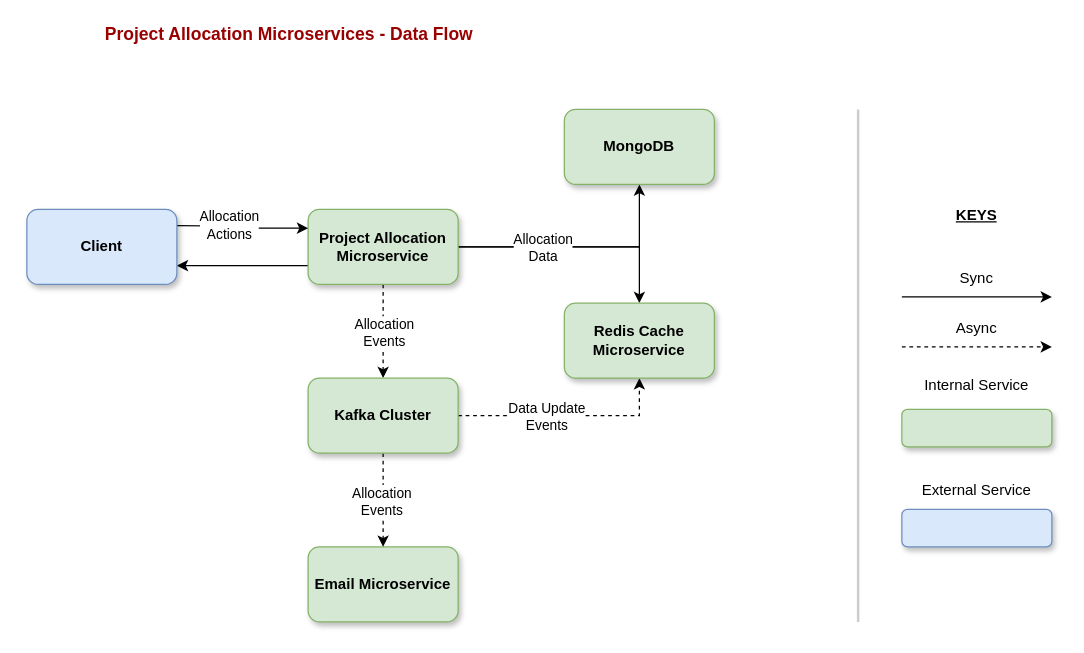
This is design/design.drawio from anbunidhi/projalloc, a draw.io file, before an edit. Source tidied: cells renumbered, new cells numbered last; positions are measured from the earlier drawing's top-left corner, leaving out a move shared by most shapes. Both pictures are drawn from the tidied source at 125%, with x=0, y=0 at pixel (26, 21).
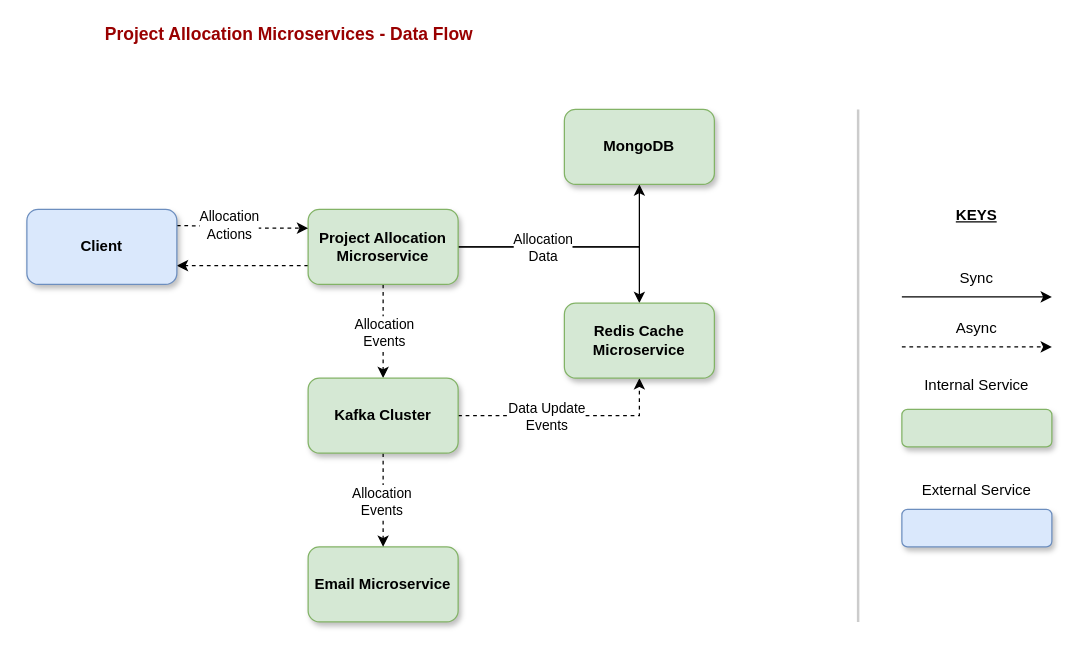
The same diagram, later.

Unchanged cells that the change refers to:
```xml
<mxCell id="18" value="Project Allocation Microservice" style="rounded=1;whiteSpace=wrap;html=1;fillColor=#d5e8d4;strokeColor=#82b366;textShadow=0;shadow=1;fontColor=default;fontStyle=1;" parent="1" vertex="1">
  <mxGeometry x="225" y="150" width="120" height="60" as="geometry" />
</mxCell>
<mxCell id="29" value="Client" style="rounded=1;whiteSpace=wrap;html=1;fillColor=#dae8fc;strokeColor=#6c8ebf;textShadow=0;shadow=1;fontColor=default;fontStyle=1;" parent="1" vertex="1">
  <mxGeometry y="150" width="120" height="60" as="geometry" />
</mxCell>
```

Diff of the diagram source:
```diff
@@
-    <mxCell id="17" style="edgeStyle=orthogonalEdgeStyle;rounded=0;jettySize=auto;html=1;entryX=1;entryY=0.75;entryDx=0;entryDy=0;" parent="1" edge="1" source="18" target="29">
+    <mxCell id="17" style="edgeStyle=orthogonalEdgeStyle;rounded=0;jettySize=auto;html=1;entryX=1;entryY=0.75;entryDx=0;entryDy=0;dashed=1;" parent="1" edge="1" source="18" target="29">
       <mxGeometry relative="1" as="geometry">
         <Array as="points">
           <mxPoint x="185" y="195" />
           <mxPoint x="185" y="195" />
         </Array>
       </mxGeometry>
     </mxCell>
@@
-    <mxCell id="27" style="edgeStyle=orthogonalEdgeStyle;rounded=0;jettySize=auto;html=1;entryX=0;entryY=0.25;entryDx=0;entryDy=0;" parent="1" edge="1" target="18">
+    <mxCell id="27" style="edgeStyle=orthogonalEdgeStyle;rounded=0;jettySize=auto;html=1;entryX=0;entryY=0.25;entryDx=0;entryDy=0;dashed=1;" parent="1" edge="1" target="18">
       <mxGeometry relative="1" as="geometry">
         <mxPoint x="120" y="163" as="sourcePoint" />
       </mxGeometry>
     </mxCell>
```
